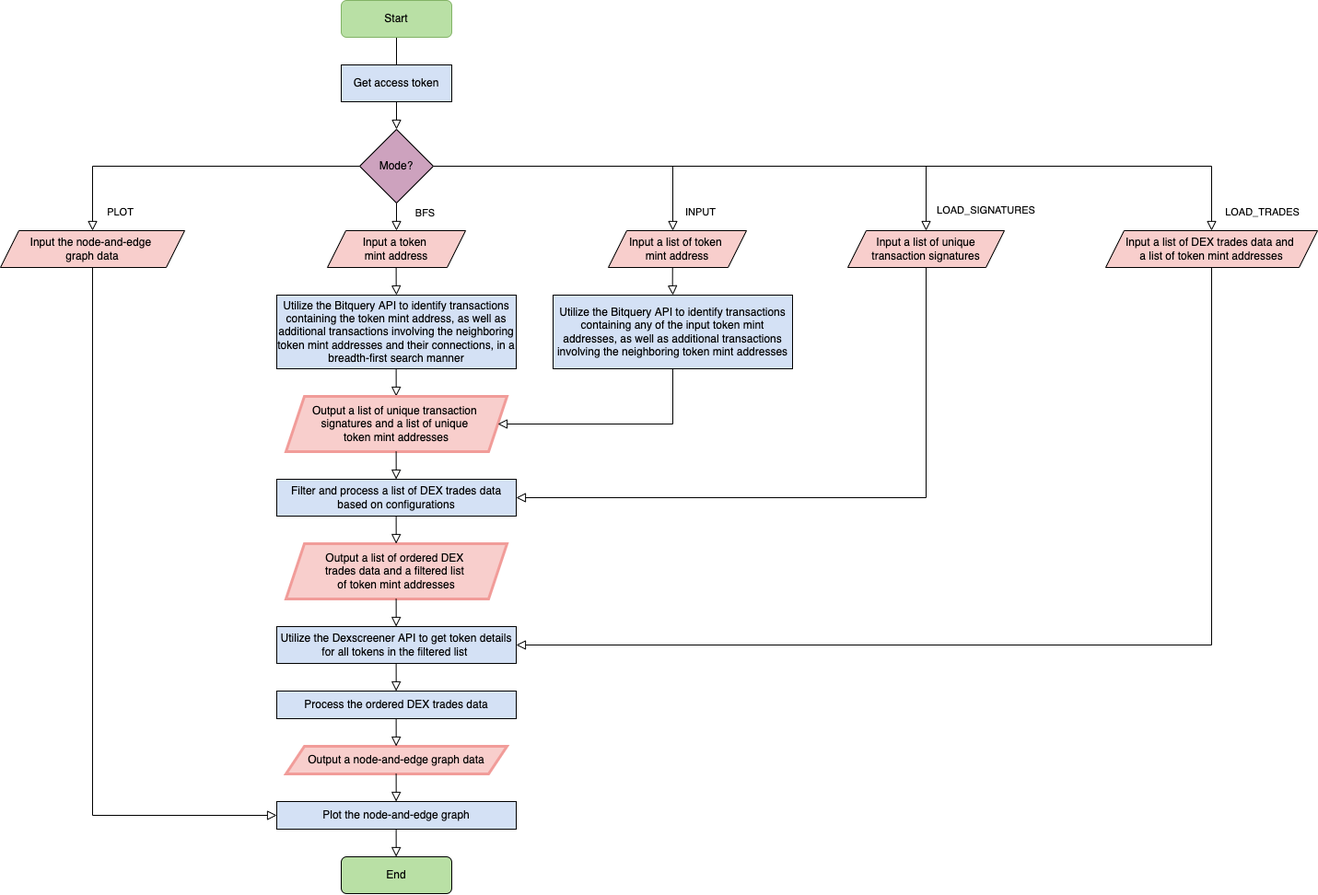
gordonjun2/underground-dex-trades keeps this draw.io diagram as images/underground_dex_trades_flowchart.png. Above is the earlier version. Source tidied: cells renumbered, new cells last; positions are measured from the earlier drawing's top-left corner, leaving out a move shared by most shapes.
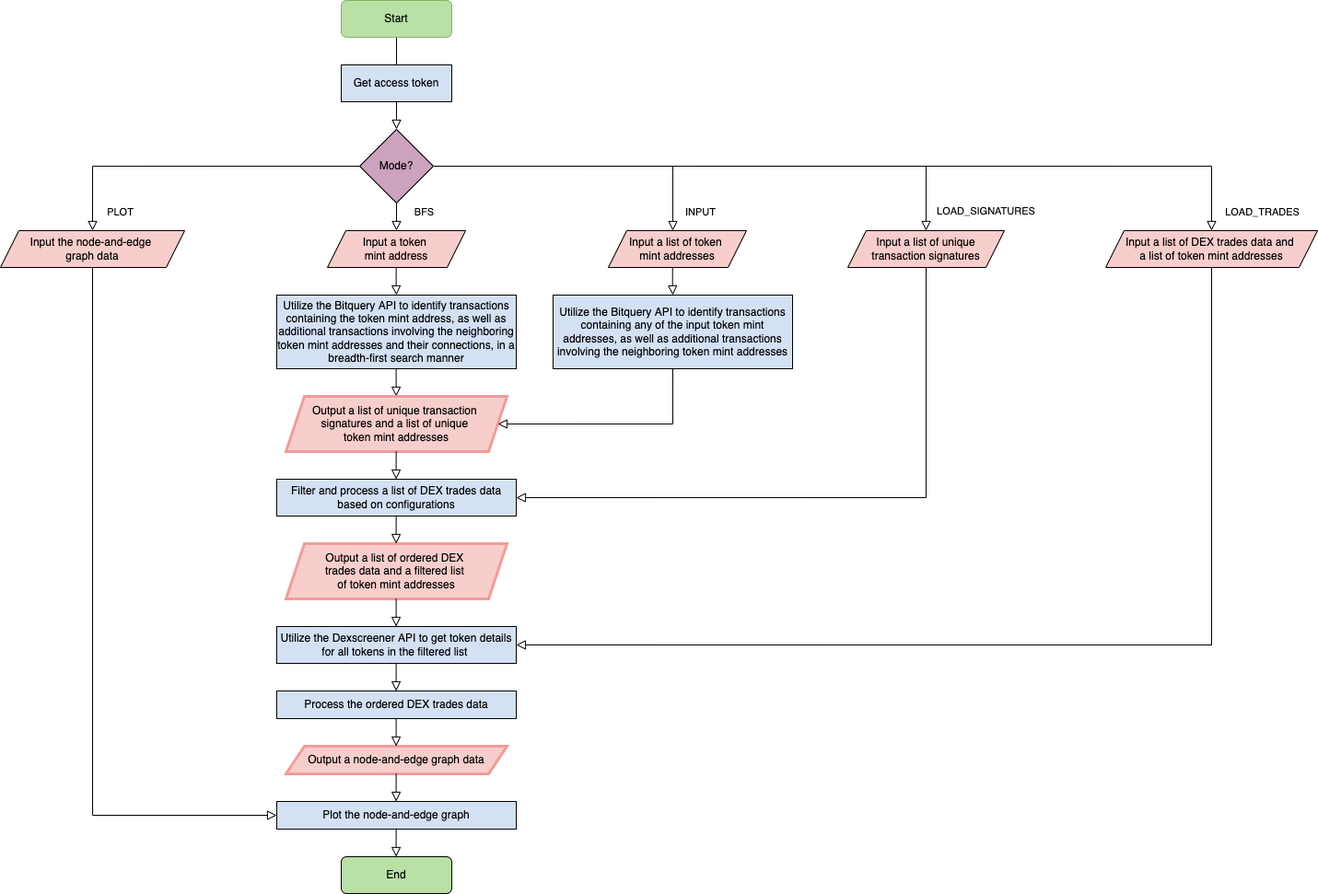
Later version of the same file.

What changed in the source:
```diff
@@ -179,7 +179,7 @@
     <mxCell id="30" value="Utilize the Bitquery API to identify transactions containing any of the input token mint addresses, as well as additional transactions involving the neighboring token mint addresses" style="rounded=0;whiteSpace=wrap;html=1;fillColor=#D4E1F5;" parent="1" vertex="1">
       <mxGeometry x="600" y="320" width="260" height="80" as="geometry" />
     </mxCell>
-    <mxCell id="31" value="&lt;font style=&quot;&quot;&gt;&lt;font style=&quot;font-size: 12px;&quot;&gt;Input a list of token &lt;br&gt;mint address&lt;/font&gt;&lt;br&gt;&lt;/font&gt;" style="shape=parallelogram;perimeter=parallelogramPerimeter;html=1;fixedSize=1;whiteSpace=wrap;fillColor=#F8CECC;" parent="1" vertex="1">
+    <mxCell id="31" value="&lt;font style=&quot;&quot;&gt;&lt;font style=&quot;font-size: 12px;&quot;&gt;Input a list of token &lt;br&gt;mint addresses&lt;/font&gt;&lt;br&gt;&lt;/font&gt;" style="shape=parallelogram;perimeter=parallelogramPerimeter;html=1;fixedSize=1;whiteSpace=wrap;fillColor=#F8CECC;" parent="1" vertex="1">
       <mxGeometry x="660" y="250" width="150" height="40" as="geometry" />
     </mxCell>
     <mxCell id="32" style="rounded=0;html=1;jettySize=auto;orthogonalLoop=1;fontSize=11;endArrow=block;endFill=0;endSize=8;strokeWidth=1;shadow=0;labelBackgroundColor=none;edgeStyle=orthogonalEdgeStyle;exitX=0.5;exitY=1;exitDx=0;exitDy=0;" parent="1" edge="1">
```
